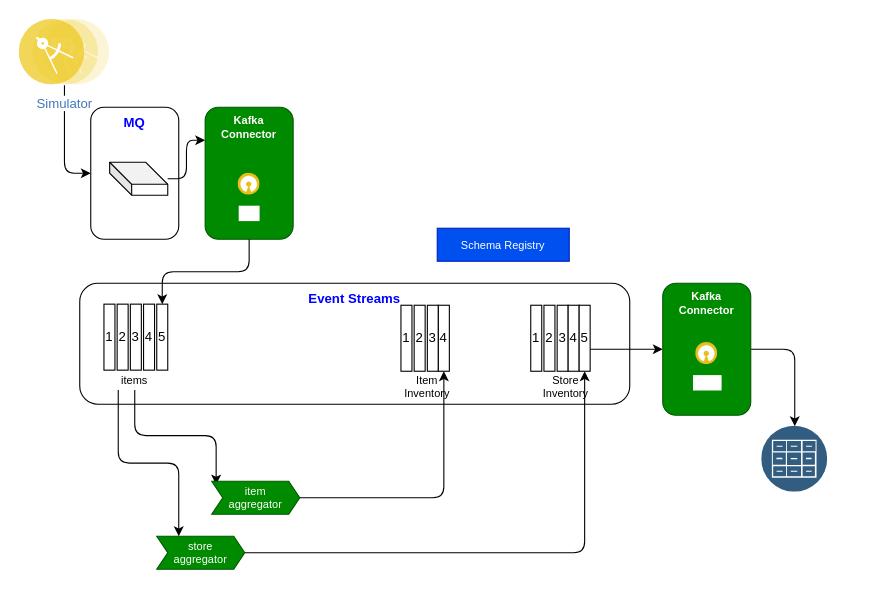
Before: docs/diagrams/mq-es-demo.drawio in ibm-cloud-architecture/eda-rt-inventory-gitops, a draw.io diagram. Source tidied: cells renumbered, new cells numbered last; positions are measured from the earlier drawing's top-left corner, leaving out a move shared by most shapes. Both pictures are drawn from the tidied source at 110%, with x=0, y=0 at pixel (19, 19). Pictures stored in the file or linked from it are replaced by grey dashed boxes.
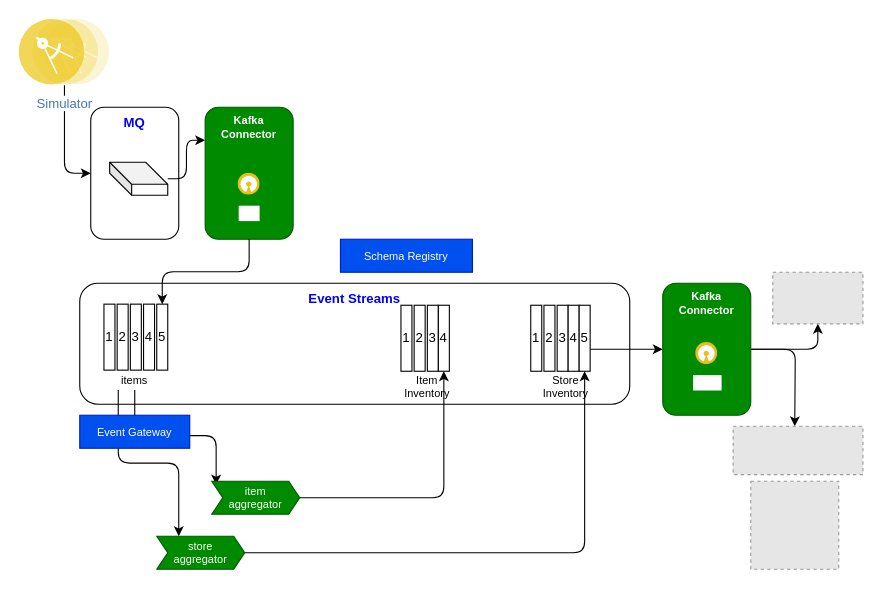
Above is the later version.

Unchanged cells that the change refers to:
```xml
<mxCell id="38" value="Kafka Connector" style="rounded=1;whiteSpace=wrap;html=1;fontColor=#ffffff;fontStyle=1;verticalAlign=top;strokeColor=#005700;fillColor=#008a00;fontSize=10;" parent="1" vertex="1">
  <mxGeometry x="585" y="240" width="80" height="120" as="geometry" />
</mxCell>
```

The edit, as a diff of the source:
```diff
@@
-    <mxCell id="23" style="perimeter=ellipsePerimeter;html=1;align=center;shadow=0;dashed=0;fontColor=#4277BB;labelBackgroundColor=#ffffff;fontSize=12;spacingTop=3;image;image=img/lib/ibm/data/file_repository.svg;" parent="1" vertex="1">
-      <mxGeometry x="675" y="370" width="60" height="60" as="geometry" />
-    </mxCell>
     <mxCell id="24" value="Schema Registry" style="rounded=0;whiteSpace=wrap;html=1;fontSize=10;fillColor=#0050ef;fontColor=#ffffff;strokeColor=#001DBC;" parent="1" vertex="1">
-      <mxGeometry x="380" y="190" width="120" height="30" as="geometry" />
+      <mxGeometry x="292" y="200" width="120" height="30" as="geometry" />
     </mxCell>
@@
-    <mxCell id="37" style="edgeStyle=orthogonalEdgeStyle;html=1;entryX=0.5;entryY=0;entryDx=0;entryDy=0;fontColor=#F0F0F0;" parent="1" edge="1" source="38" target="23">
-      <mxGeometry relative="1" as="geometry" />
+    <mxCell id="37" style="edgeStyle=orthogonalEdgeStyle;html=1;entryX=0.5;entryY=0;entryDx=0;entryDy=0;fontColor=#F0F0F0;" parent="1" edge="1" source="38">
+      <mxGeometry relative="1" as="geometry">
+        <mxPoint x="705" y="370" as="targetPoint" />
+      </mxGeometry>
     </mxCell>
+    <mxCell id="41" style="edgeStyle=orthogonalEdgeStyle;html=1;entryX=0.5;entryY=1;entryDx=0;entryDy=0;" parent="1" edge="1" source="38" target="45">
+      <mxGeometry relative="1" as="geometry" />
+    </mxCell>
@@
+    <mxCell id="42" value="Event Gateway" style="rounded=0;whiteSpace=wrap;html=1;fontSize=10;fillColor=#0050ef;fontColor=#ffffff;strokeColor=#001DBC;" parent="1" vertex="1">
+      <mxGeometry x="55" y="360" width="100" height="30" as="geometry" />
+    </mxCell>
+    <mxCell id="43" style="fillColor=#E6E6E6;strokeColor=#999999;dashed=1;verticalLabelPosition=bottom;labelBackgroundColor=#ffffff;verticalAlign=top;" parent="1" vertex="1">
+      <mxGeometry x="649" y="370" width="118" height="44" as="geometry" />
+    </mxCell>
+    <mxCell id="44" style="fillColor=#E6E6E6;strokeColor=#999999;dashed=1;verticalLabelPosition=bottom;labelBackgroundColor=#ffffff;verticalAlign=top;" parent="1" vertex="1">
+      <mxGeometry x="665" y="420" width="80" height="80" as="geometry" />
+    </mxCell>
+    <mxCell id="45" style="fillColor=#E6E6E6;strokeColor=#999999;dashed=1;verticalLabelPosition=bottom;labelBackgroundColor=#ffffff;verticalAlign=top;" parent="1" vertex="1">
+      <mxGeometry x="685" y="230" width="82" height="46.9" as="geometry" />
+    </mxCell>
```
